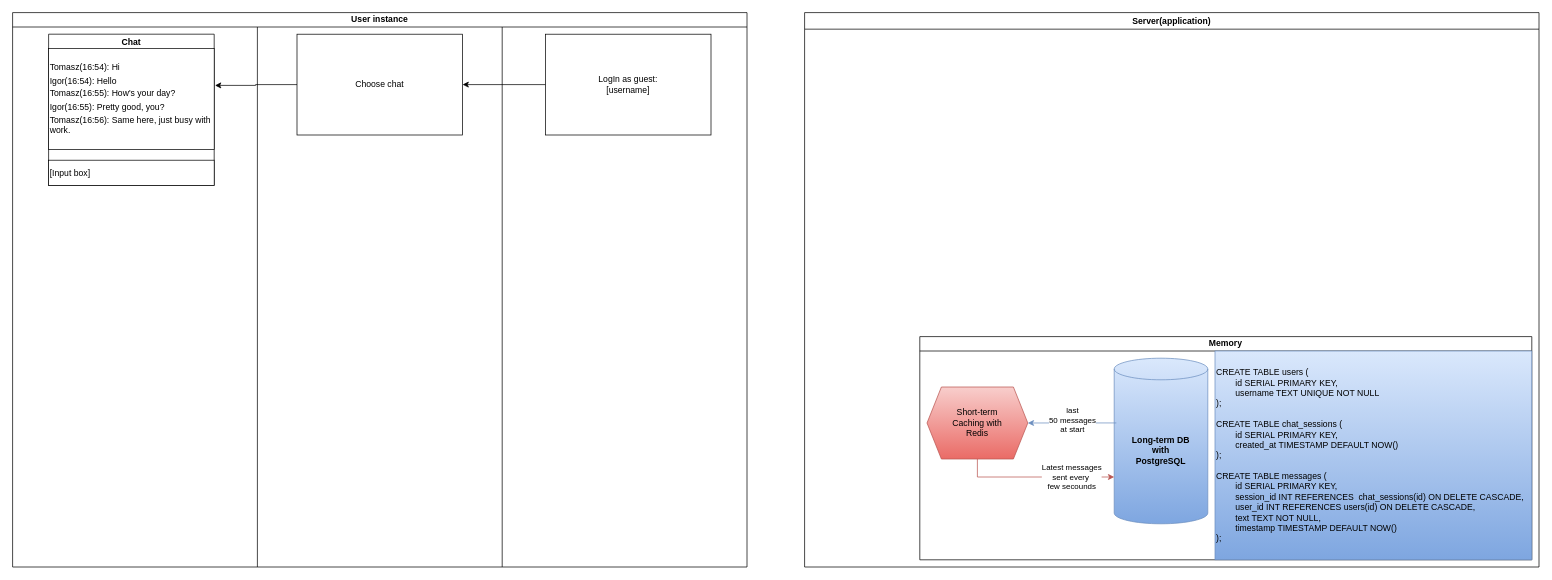
tobac123/FastAPIchat keeps this draw.io diagram as Real-Time Chat & Notification System.drawio. Above is the earlier version. Source tidied: cells renumbered, new cells numbered last; positions are measured from the earlier drawing's top-left corner, leaving out a move shared by most shapes. Both pictures are drawn from the tidied source at 72%, with x=0, y=0 at pixel (12, 12).
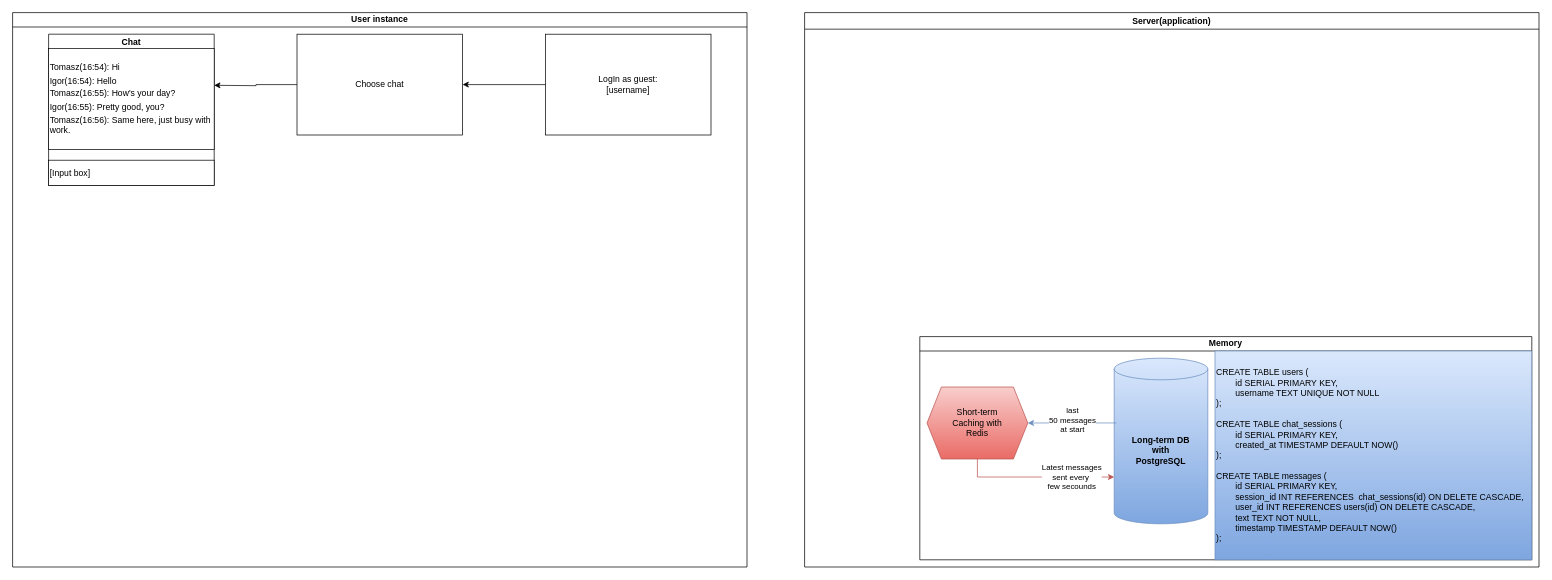
The same diagram, later.

Unchanged cells that the change refers to:
```xml
<mxCell id="2" value="User instance" style="swimlane;whiteSpace=wrap;html=1;startSize=20;" parent="1" vertex="1">
  <mxGeometry width="1020" height="770" as="geometry" />
</mxCell>
<mxCell id="4" value="&lt;div style=&quot;padding-left: 0px; padding-bottom: 4px;&quot;&gt;&lt;span style=&quot;background-color: initial;&quot;&gt;Tomasz&lt;/span&gt;&lt;span style=&quot;background-color: initial;&quot;&gt;(16:54)&lt;/span&gt;&lt;span style=&quot;background-color: initial;&quot;&gt;: Hi&lt;/span&gt;&lt;br&gt;&lt;/div&gt;&lt;div style=&quot;padding-bottom: 4px;&quot;&gt;Igor&lt;span style=&quot;background-color: initial;&quot;&gt;(16:54)&lt;/span&gt;&lt;span style=&quot;background-color: initial;&quot;&gt;: Hello&lt;/span&gt;&lt;/div&gt;&lt;div&gt;&lt;div style=&quot;padding-bottom: 4px; margin-right: 0px;&quot;&gt;&lt;span style=&quot;background-color: initial;&quot;&gt;Tomasz&lt;/span&gt;&lt;span style=&quot;background-color: initial;&quot;&gt;(16:55)&lt;/span&gt;&lt;span style=&quot;background-color: initial;&quot;&gt;: How's your day?&lt;/span&gt;&lt;/div&gt;&lt;/div&gt;&lt;div&gt;&lt;div style=&quot;padding-bottom: 4px;&quot;&gt;&lt;span style=&quot;background-color: initial;&quot;&gt;Igor&lt;/span&gt;&lt;span style=&quot;background-color: initial;&quot;&gt;(16:55)&lt;/span&gt;&lt;span style=&quot;background-color: initial;&quot;&gt;: Pretty good, you?&lt;/span&gt;&lt;/div&gt;&lt;/div&gt;&lt;div&gt;&lt;div style=&quot;&quot;&gt;&lt;span style=&quot;background-color: initial;&quot;&gt;Tomasz&lt;/span&gt;&lt;span style=&quot;background-color: initial;&quot;&gt;(16:56)&lt;/span&gt;&lt;span style=&quot;background-color: initial;&quot;&gt;: Same here, just busy with work.&lt;/span&gt;&lt;/div&gt;&lt;/div&gt;" style="whiteSpace=wrap;html=1;align=left;" parent="3" vertex="1">
  <mxGeometry y="20" width="230" height="140" as="geometry" />
</mxCell>
<mxCell id="8" value="Choose chat" style="whiteSpace=wrap;html=1;" parent="2" vertex="1">
  <mxGeometry x="395" y="30" width="230" height="140" as="geometry" />
</mxCell>
```

The edit, as a diff of the source:
```diff
@@
-    <mxCell id="7" style="edgeStyle=orthogonalEdgeStyle;rounded=0;jettySize=auto;html=1;entryX=1.005;entryY=0.365;entryDx=0;entryDy=0;entryPerimeter=0;" parent="2" edge="1" source="8" target="4">
-      <mxGeometry relative="1" as="geometry" />
+    <mxCell id="7" style="edgeStyle=orthogonalEdgeStyle;rounded=0;jettySize=auto;html=1;exitX=0;exitY=0.5;exitDx=0;exitDy=0;" parent="2" edge="1" source="8">
+      <mxGeometry relative="1" as="geometry">
+        <mxPoint x="280" y="101" as="targetPoint" />
+      </mxGeometry>
     </mxCell>
@@
-    <mxCell id="10" style="endArrow=none;html=1;rounded=0;" parent="2" edge="1">
-      <mxGeometry relative="1" as="geometry">
-        <mxPoint x="340" y="770" as="sourcePoint" />
-        <mxPoint x="340" y="20" as="targetPoint" />
-      </mxGeometry>
-    </mxCell>
-    <mxCell id="11" style="endArrow=none;html=1;rounded=0;" parent="2" edge="1">
-      <mxGeometry relative="1" as="geometry">
-        <mxPoint x="680" y="770" as="sourcePoint" />
-        <mxPoint x="680" y="20" as="targetPoint" />
-      </mxGeometry>
-    </mxCell>
```
